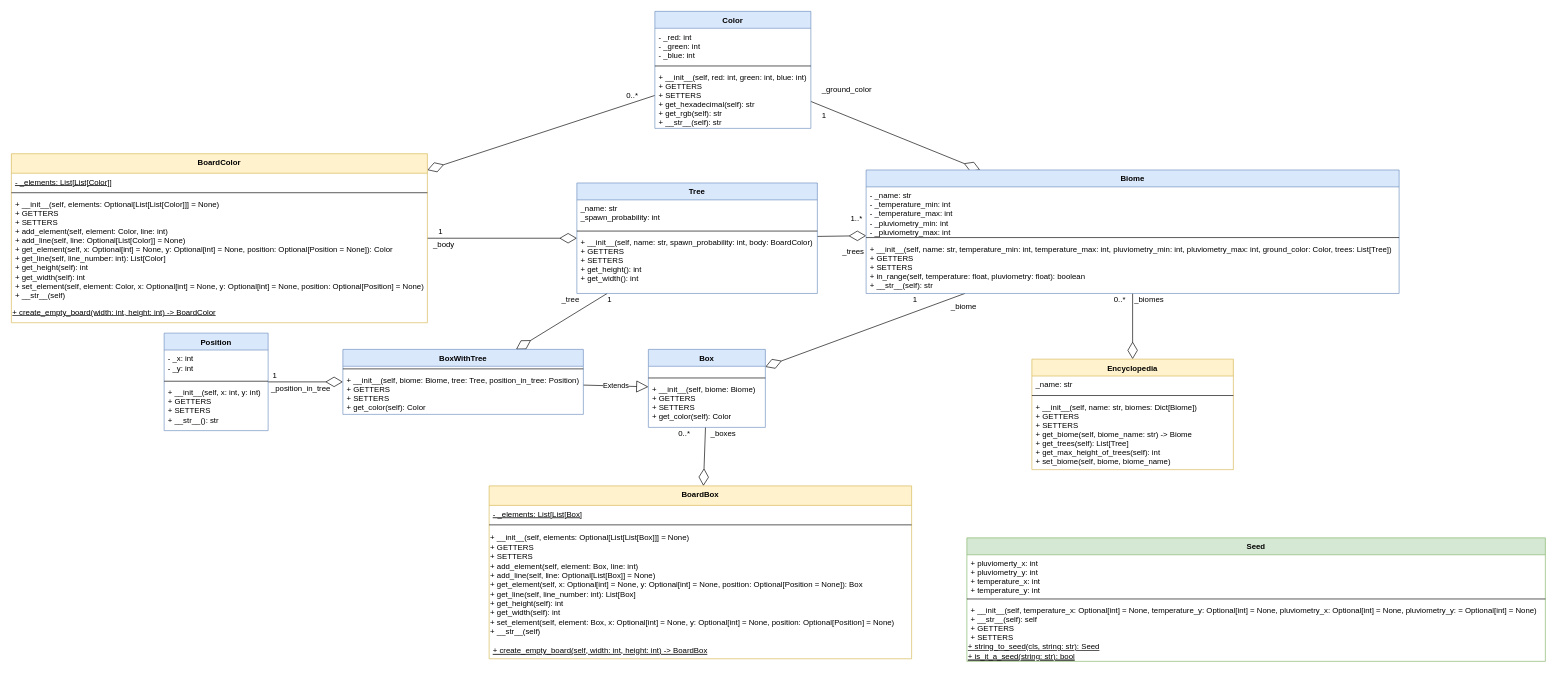
le-chartreux/pyprocgen keeps this draw.io diagram as informations/class_diagram.drawio. Above is the earlier version. Source tidied: cells renumbered, new cells numbered last; positions are measured from the earlier drawing's top-left corner, leaving out a move shared by most shapes. Both pictures are drawn from the tidied source at 65%, with x=0, y=0 at pixel (11, 11).
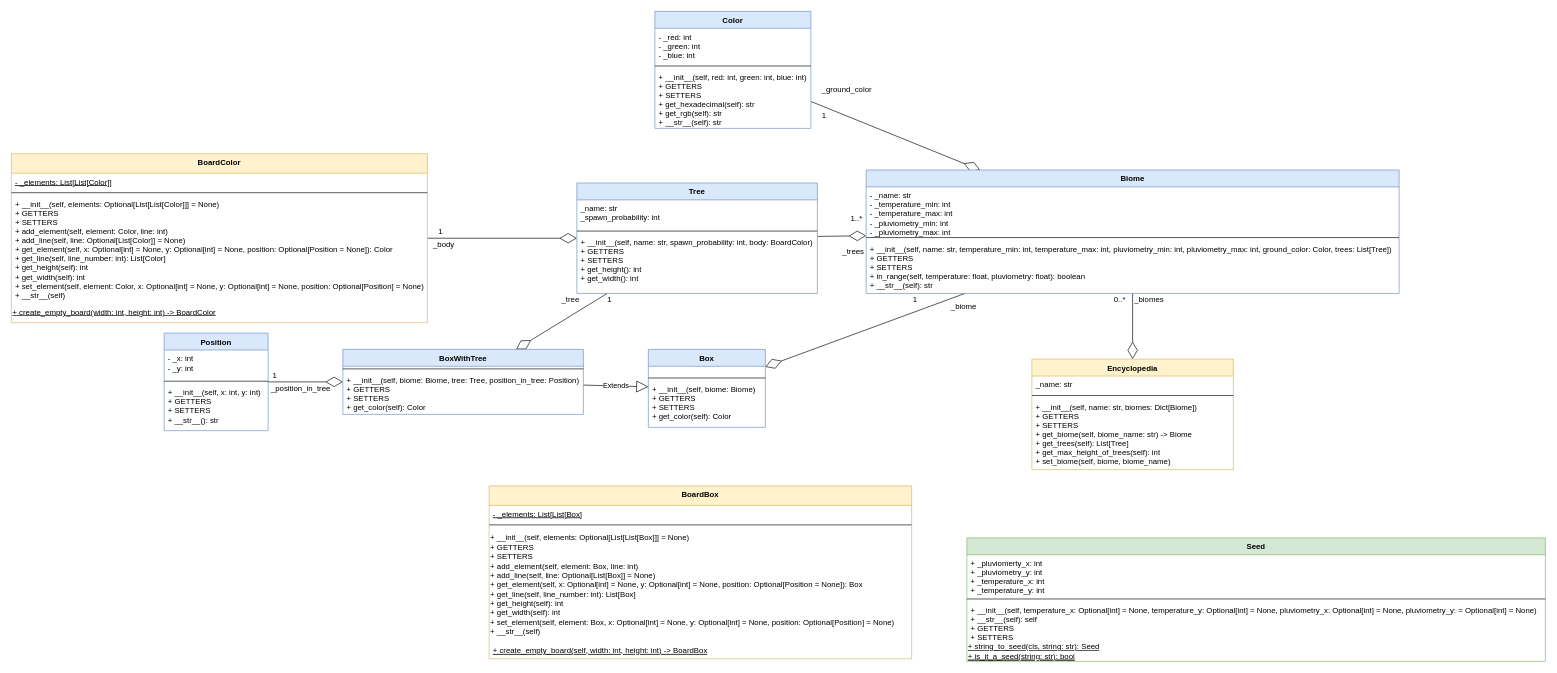
Above is the later version.

Commit message:
Correction of minor mistakes

Unchanged cells that the change refers to:
```xml
<mxCell id="26" value="Box" style="swimlane;fontStyle=1;align=center;verticalAlign=top;horizontal=1;startSize=26;fillColor=#dae8fc;strokeColor=#6c8ebf;" parent="1" vertex="1">
  <mxGeometry x="980" y="520" width="180" height="120" as="geometry" />
</mxCell>
<mxCell id="36" value="Seed" style="swimlane;fontStyle=1;align=center;verticalAlign=top;horizontal=1;startSize=26;fillColor=#d5e8d4;strokeColor=#82b366;" parent="1" vertex="1">
  <mxGeometry x="1470" y="810" width="890" height="190" as="geometry" />
</mxCell>
<mxCell id="57" value="Color" style="swimlane;fontStyle=1;align=center;verticalAlign=top;horizontal=1;startSize=26;fillColor=#dae8fc;strokeColor=#6c8ebf;" parent="1" vertex="1">
  <mxGeometry x="990" width="240" height="180" as="geometry" />
</mxCell>
<mxCell id="61" value="BoardBox" style="swimlane;fontStyle=1;align=center;verticalAlign=top;horizontal=1;startSize=30;fillColor=#fff2cc;strokeColor=#d6b656;" parent="1" vertex="1">
  <mxGeometry x="735" y="730" width="650" height="266" as="geometry" />
</mxCell>
<mxCell id="66" value="BoardColor" style="swimlane;fontStyle=1;align=center;verticalAlign=top;horizontal=1;startSize=30;fillColor=#fff2cc;strokeColor=#d6b656;" parent="1" vertex="1">
  <mxGeometry y="219" width="640" height="260" as="geometry" />
</mxCell>
```

Diff of the diagram source:
```diff
@@
-    <mxCell id="11" style="endArrow=diamondThin;endFill=0;endSize=24;html=1;" parent="1" edge="1" source="57" target="66">
-      <mxGeometry relative="1" as="geometry" />
-    </mxCell>
@@
-    <mxCell id="13" value="0..*" style="text;html=1;align=center;verticalAlign=middle;" parent="1" vertex="1">
-      <mxGeometry x="940" y="120" width="30" height="20" as="geometry" />
-    </mxCell>
@@
-    <mxCell id="20" style="endArrow=diamondThin;endFill=0;endSize=24;html=1;" parent="1" edge="1" source="26" target="61">
-      <mxGeometry relative="1" as="geometry" />
-    </mxCell>
-    <mxCell id="21" value="_boxes" style="text;html=1;align=center;verticalAlign=middle;" parent="1" vertex="1">
-      <mxGeometry x="1070" y="640" width="50" height="20" as="geometry" />
-    </mxCell>
-    <mxCell id="22" value="0..*" style="text;html=1;align=center;verticalAlign=middle;" parent="1" vertex="1">
-      <mxGeometry x="1020" y="640" width="30" height="20" as="geometry" />
-    </mxCell>
@@
-    <mxCell id="37" value="+ pluviomerty_x: int&#10;+ pluviometry_y: int&#10;+ temperature_x: int&#10;+ temperature_y: int" style="text;strokeColor=none;fillColor=none;align=left;verticalAlign=top;spacingLeft=4;spacingRight=4;overflow=hidden;" parent="36" vertex="1">
+    <mxCell id="37" value="+ _pluviomerty_x: int&#10;+ _pluviometry_y: int&#10;+ _temperature_x: int&#10;+ _temperature_y: int" style="text;strokeColor=none;fillColor=none;align=left;verticalAlign=top;spacingLeft=4;spacingRight=4;overflow=hidden;" parent="36" vertex="1">
       <mxGeometry y="26" width="890" height="64" as="geometry" />
     </mxCell>
```
